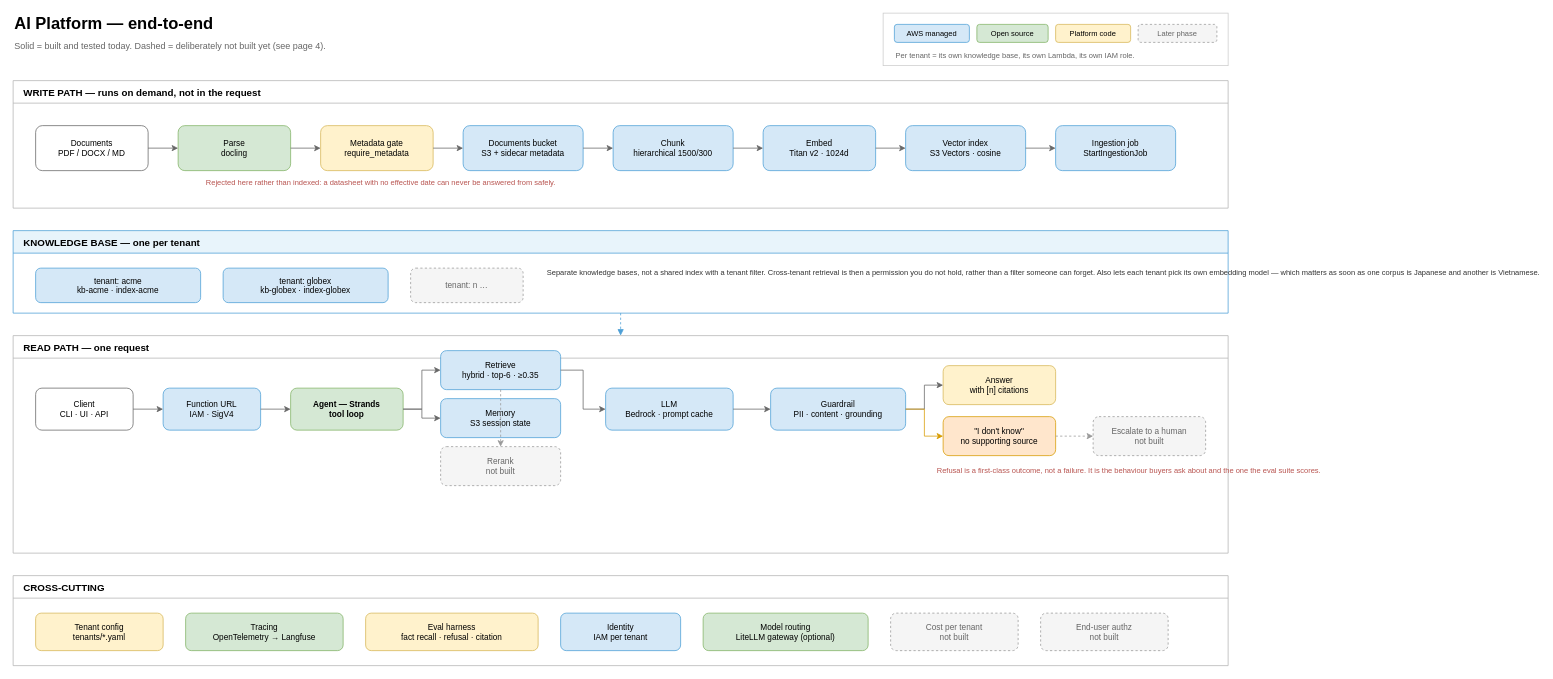
Before: page "1. End-to-end" (1 of 4) of docs/architecture.drawio in gnutvz/AWS-GenAI-Platform, a draw.io diagram. Source tidied: cells renumbered, new cells numbered last; positions are measured from the earlier drawing's top-left corner, leaving out a move shared by most shapes. Both pictures are drawn from the tidied source at 75%, with x=0, y=0 at pixel (13, 13).
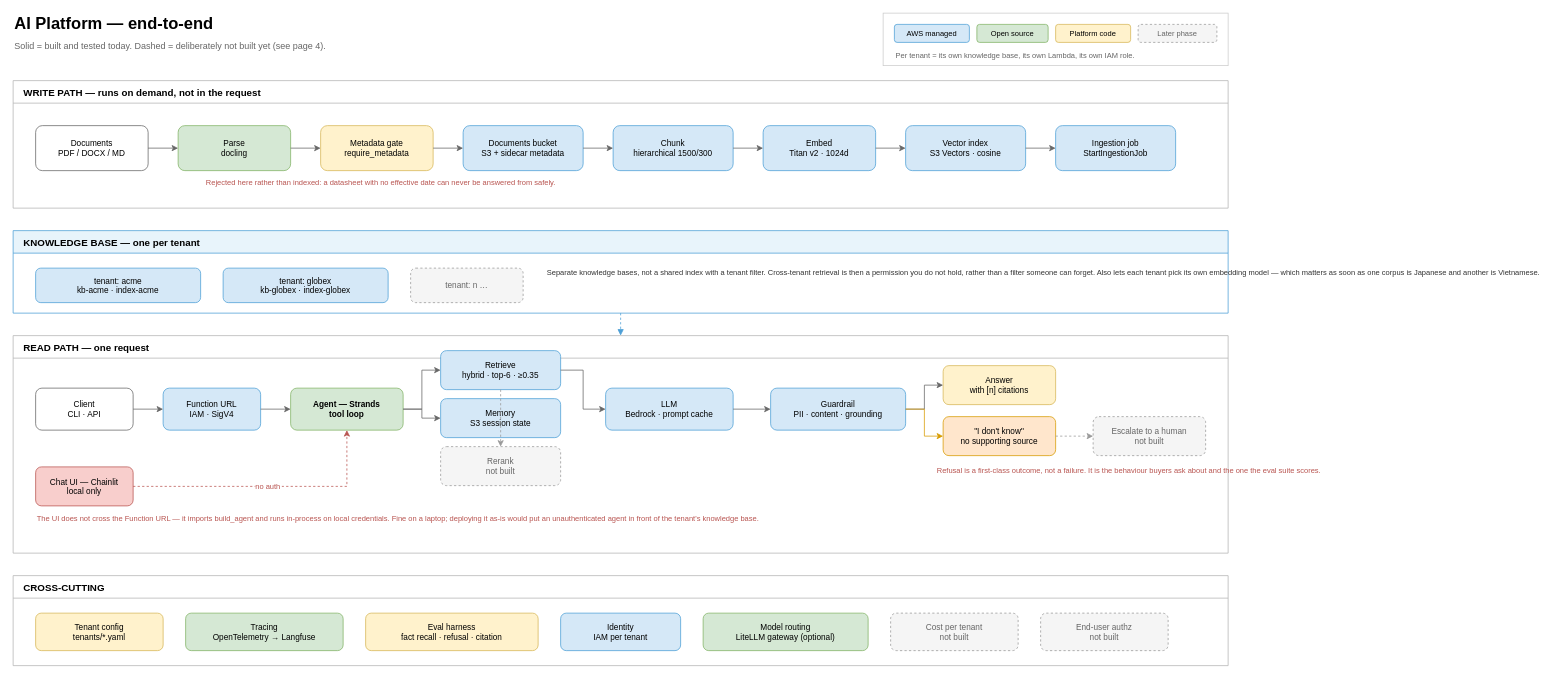
The same page after the edit.

Commit message (it also covers changes not shown here):
Correct the tenancy and chat UI status in the architecture docs

Unchanged cells that the change refers to:
```xml
<mxCell id="32" value="READ PATH — one request" style="swimlane;startSize=30;fillColor=none;strokeColor=#B3B3B3;fontSize=13;fontStyle=1;align=left;spacingLeft=12;" parent="1" vertex="1">
  <mxGeometry y="430" width="1620" height="290" as="geometry" />
</mxCell>
<mxCell id="35" value="Agent — Strands&#10;tool loop" style="rounded=1;fillColor=#D5E8D4;strokeColor=#82B366;fontSize=11;fontStyle=1;" parent="32" vertex="1">
  <mxGeometry x="370" y="70" width="150" height="56" as="geometry" />
</mxCell>
```

Diff of the diagram source:
```diff
@@
-    <mxCell id="33" value="Client&#10;CLI · UI · API" style="rounded=1;fillColor=#FFFFFF;strokeColor=#666666;fontSize=11;" parent="32" vertex="1">
+    <mxCell id="33" value="Client&#10;CLI · API" style="rounded=1;fillColor=#FFFFFF;strokeColor=#666666;fontSize=11;" parent="32" vertex="1">
       <mxGeometry x="30" y="70" width="130" height="56" as="geometry" />
     </mxCell>
+    <mxCell id="64" value="Chat UI — Chainlit&#10;local only" style="rounded=1;fillColor=#F8CECC;strokeColor=#B85450;fontSize=11;" parent="32" vertex="1">
+      <mxGeometry x="30" y="175" width="130" height="52" as="geometry" />
+    </mxCell>
+    <mxCell id="65" value="The UI does not cross the Function URL — it imports build_agent and runs in-process on local credentials. Fine on a laptop; deploying it as-is would put an unauthenticated agent in front of the tenant's knowledge base." style="text;html=1;fontSize=10;fontColor=#B85450;align=left;" parent="32" vertex="1">
+      <mxGeometry x="30" y="231" width="330" height="46" as="geometry" />
+    </mxCell>
@@
+    <mxCell id="66" value="no auth" style="edgeStyle=orthogonalEdgeStyle;rounded=0;strokeColor=#B85450;dashed=1;fontSize=10;fontColor=#B85450;" parent="32" edge="1" source="64" target="35">
+      <mxGeometry relative="1" as="geometry" />
+    </mxCell>
```
